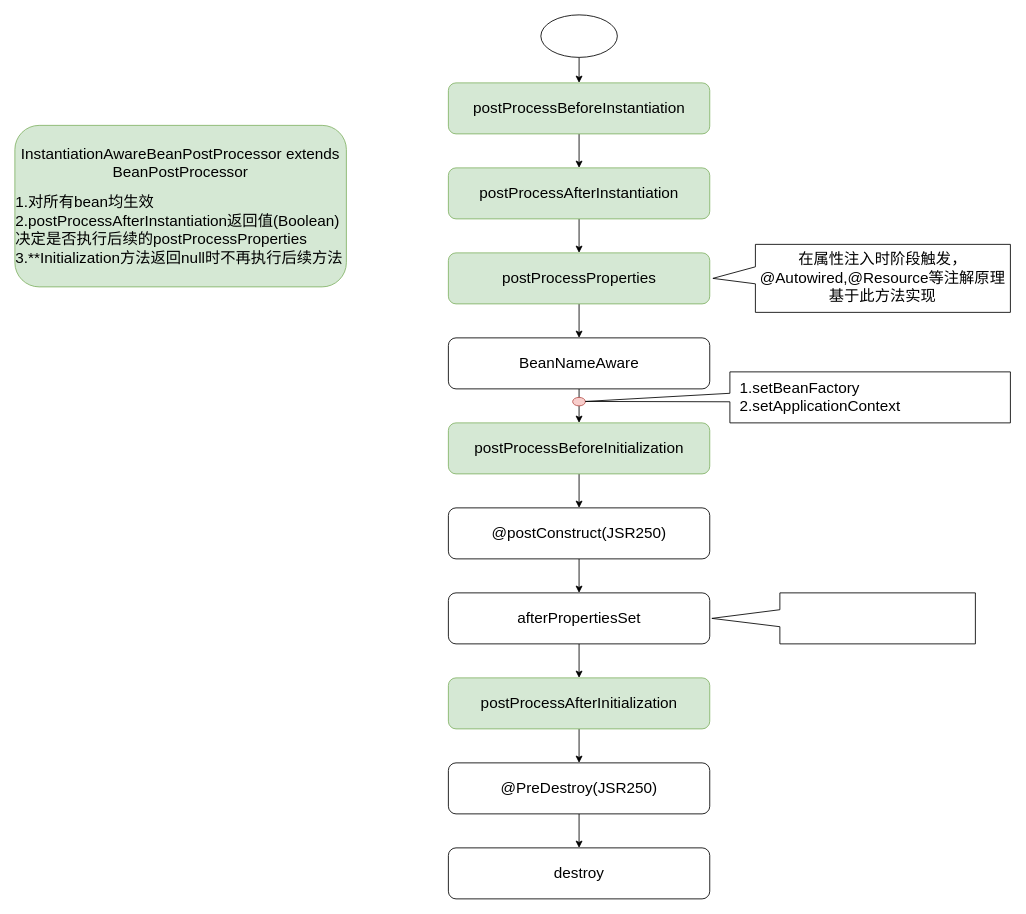
z-dk/cnblogs keeps this draw.io diagram as page "SpringBean" (2 of 2) of Spring/未命名绘图.drawio. Above is the earlier version. Source tidied: cells renumbered, new cells numbered last; positions are measured from the earlier drawing's top-left corner, leaving out a move shared by most shapes. Both pictures are drawn from the tidied source at 85%, with x=0, y=0 at pixel (14, 14).
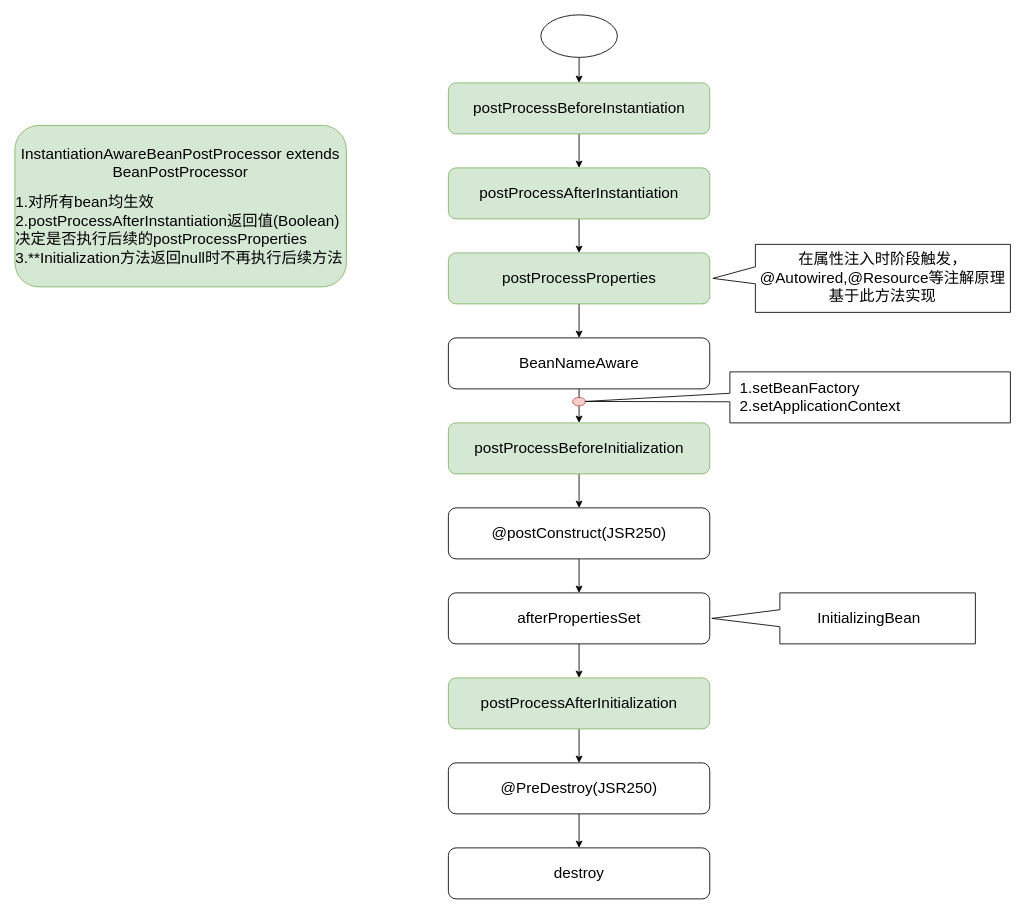
The same page after the edit.

Diff of the diagram source:
```diff
@@
-    <mxCell id="23" style="shape=callout;whiteSpace=wrap;html=1;perimeter=calloutPerimeter;fontSize=18;size=80;position=0.33;base=20;direction=south;position2=0.5;" parent="1" vertex="1">
+    <mxCell id="23" value="InitializingBean" style="shape=callout;whiteSpace=wrap;html=1;perimeter=calloutPerimeter;fontSize=18;size=80;position=0.33;base=20;direction=south;position2=0.5;" parent="1" vertex="1">
       <mxGeometry x="820" y="680" width="310" height="60" as="geometry" />
     </mxCell>
```
